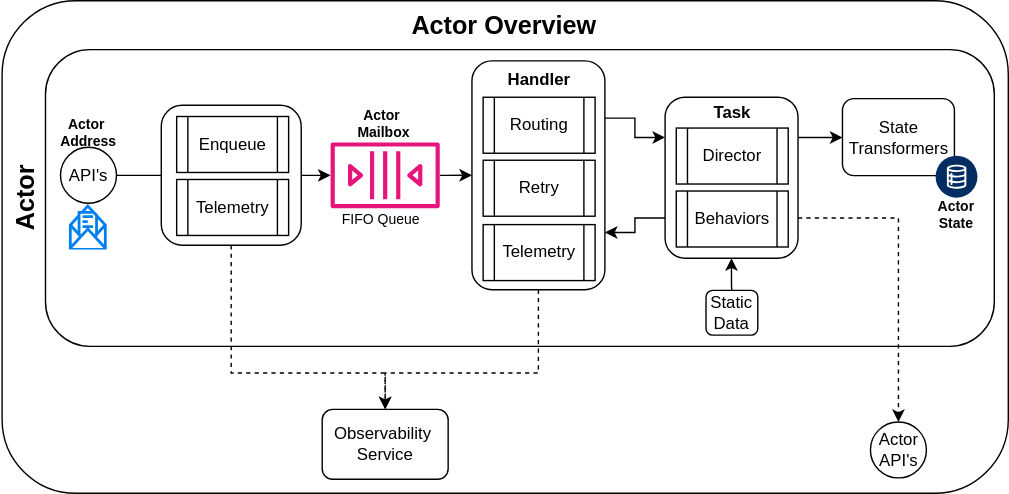
Earlier version of the draw.io export docs/ActorOverview.svg (sunlao/py_sudoku_solver). Source tidied: cells renumbered, new cells last; positions are measured from the earlier drawing's top-left corner, leaving out a move shared by most shapes.
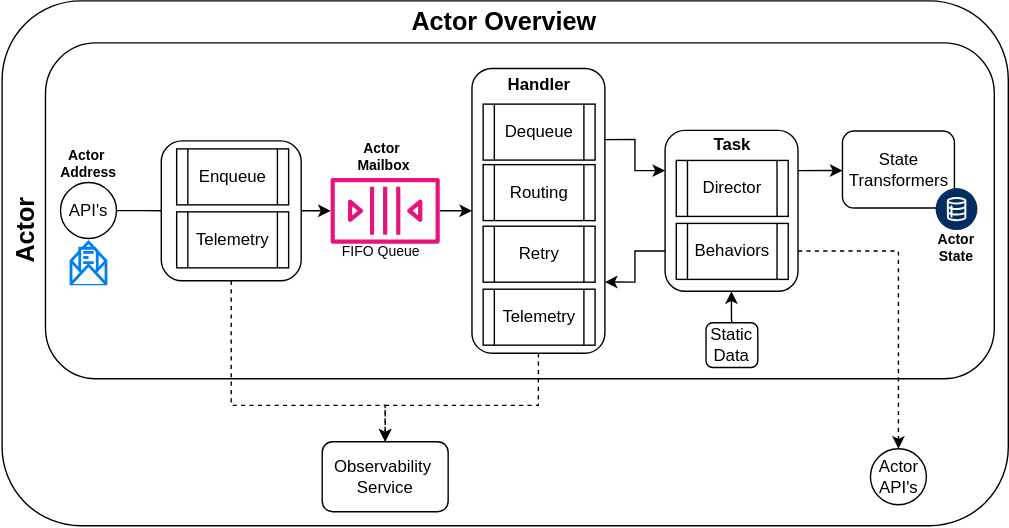
The same file after the commit.

The edit, as a diff of the source:
```diff
@@ -3,22 +3,22 @@
     <mxCell id="0" />
     <mxCell id="1" parent="0" />
     <mxCell id="2" style="rounded=1;whiteSpace=wrap;html=1;" parent="1" vertex="1">
-      <mxGeometry x="1" width="719" height="352" as="geometry" />
+      <mxGeometry x="1" y="-4" width="719" height="375" as="geometry" />
     </mxCell>
     <mxCell id="3" style="rounded=1;whiteSpace=wrap;html=1;" parent="1" vertex="1">
-      <mxGeometry x="32" y="35" width="678" height="212" as="geometry" />
+      <mxGeometry x="32" y="26" width="678" height="240" as="geometry" />
     </mxCell>
     <mxCell id="4" style="edgeStyle=orthogonalEdgeStyle;rounded=0;jettySize=auto;html=1;entryX=0;entryY=0.25;entryDx=0;entryDy=0;exitX=1;exitY=0.25;exitDx=0;exitDy=0;" parent="1" edge="1" source="5" target="24">
       <mxGeometry relative="1" as="geometry" />
     </mxCell>
     <mxCell id="5" value="v" style="rounded=1;whiteSpace=wrap;html=1;" parent="1" vertex="1">
-      <mxGeometry x="336.7" y="43" width="95" height="163.5" as="geometry" />
+      <mxGeometry x="336.7" y="44.2" width="95" height="203.5" as="geometry" />
     </mxCell>
     <mxCell id="6" style="edgeStyle=orthogonalEdgeStyle;rounded=0;jettySize=auto;html=1;entryX=0.5;entryY=0;entryDx=0;entryDy=0;dashed=1;" parent="1" edge="1" source="8" target="30">
       <mxGeometry relative="1" as="geometry">
         <Array as="points">
-          <mxPoint x="165" y="266" />
-          <mxPoint x="275" y="266" />
+          <mxPoint x="165" y="285" />
+          <mxPoint x="275" y="285" />
         </Array>
       </mxGeometry>
     </mxCell>
@@ -26,45 +26,45 @@
       <mxGeometry relative="1" as="geometry" />
     </mxCell>
     <mxCell id="8" style="rounded=1;whiteSpace=wrap;html=1;" parent="1" vertex="1">
-      <mxGeometry x="114.7" y="74.8" width="100" height="100" as="geometry" />
+      <mxGeometry x="114.7" y="96" width="100" height="100" as="geometry" />
     </mxCell>
     <mxCell id="9" style="edgeStyle=orthogonalEdgeStyle;rounded=0;jettySize=auto;html=1;endArrow=none;endFill=0;" parent="1" edge="1" source="10" target="8">
       <mxGeometry relative="1" as="geometry" />
     </mxCell>
     <mxCell id="10" value="API's" style="ellipse;whiteSpace=wrap;html=1;" parent="1" vertex="1">
-      <mxGeometry x="42.7" y="104.8" width="40" height="40" as="geometry" />
+      <mxGeometry x="42.7" y="125.8" width="40" height="40" as="geometry" />
     </mxCell>
     <mxCell id="11" style="edgeStyle=orthogonalEdgeStyle;rounded=0;jettySize=auto;html=1;entryX=0;entryY=0.5;entryDx=0;entryDy=0;" parent="1" edge="1" source="12" target="5">
       <mxGeometry relative="1" as="geometry" />
     </mxCell>
     <mxCell id="12" style="sketch=0;outlineConnect=0;fontColor=#232F3E;gradientColor=none;fillColor=#E7157B;strokeColor=none;dashed=0;verticalLabelPosition=bottom;verticalAlign=top;align=center;html=1;fontSize=12;fontStyle=0;shape=mxgraph.aws4.queue;" parent="1" vertex="1">
-      <mxGeometry x="235.7" y="101.2" width="78" height="47" as="geometry" />
+      <mxGeometry x="235.7" y="122.5" width="78" height="47" as="geometry" />
     </mxCell>
     <mxCell id="13" value="Enqueue" style="shape=process;whiteSpace=wrap;html=1;backgroundOutline=1;" parent="1" vertex="1">
-      <mxGeometry x="125.7" y="82.8" width="80" height="40" as="geometry" />
+      <mxGeometry x="125.7" y="101.8" width="80" height="40" as="geometry" />
     </mxCell>
     <mxCell id="14" value="Telemetry" style="shape=process;whiteSpace=wrap;html=1;backgroundOutline=1;" parent="1" vertex="1">
-      <mxGeometry x="125.7" y="127.8" width="80" height="40" as="geometry" />
+      <mxGeometry x="125.7" y="146.8" width="80" height="40" as="geometry" />
     </mxCell>
     <mxCell id="15" value="Routing" style="shape=process;whiteSpace=wrap;html=1;backgroundOutline=1;" parent="1" vertex="1">
-      <mxGeometry x="344.7" y="69" width="80" height="40" as="geometry" />
+      <mxGeometry x="344.7" y="113" width="80" height="40" as="geometry" />
     </mxCell>
     <mxCell id="16" value="Handler" style="text;html=1;whiteSpace=wrap;strokeColor=none;fillColor=none;align=center;verticalAlign=middle;rounded=0;fontStyle=1;" parent="1" vertex="1">
-      <mxGeometry x="334.7" y="43" width="100" height="27" as="geometry" />
+      <mxGeometry x="334.7" y="42" width="100" height="27" as="geometry" />
     </mxCell>
     <mxCell id="17" value="Retry" style="shape=process;whiteSpace=wrap;html=1;backgroundOutline=1;" parent="1" vertex="1">
-      <mxGeometry x="344.7" y="114" width="80" height="40" as="geometry" />
+      <mxGeometry x="344.7" y="157" width="80" height="40" as="geometry" />
     </mxCell>
     <mxCell id="18" style="edgeStyle=orthogonalEdgeStyle;rounded=0;jettySize=auto;html=1;entryX=0.5;entryY=0;entryDx=0;entryDy=0;exitX=0.5;exitY=1;exitDx=0;exitDy=0;dashed=1;" parent="1" edge="1" source="5" target="30">
       <mxGeometry relative="1" as="geometry">
         <Array as="points">
-          <mxPoint x="384" y="266" />
-          <mxPoint x="275" y="266" />
+          <mxPoint x="384" y="285" />
+          <mxPoint x="275" y="285" />
         </Array>
       </mxGeometry>
     </mxCell>
     <mxCell id="19" value="Telemetry" style="shape=process;whiteSpace=wrap;html=1;backgroundOutline=1;" parent="1" vertex="1">
-      <mxGeometry x="344.7" y="160" width="80" height="40" as="geometry" />
+      <mxGeometry x="344.7" y="202" width="80" height="40" as="geometry" />
     </mxCell>
     <mxCell id="20" style="edgeStyle=orthogonalEdgeStyle;rounded=0;jettySize=auto;html=1;exitX=1;exitY=0.75;exitDx=0;exitDy=0;dashed=1;" parent="1" edge="1" source="24" target="28">
       <mxGeometry relative="1" as="geometry" />
@@ -79,52 +79,55 @@
       <mxGeometry relative="1" as="geometry" />
     </mxCell>
     <mxCell id="24" value="v" style="rounded=1;whiteSpace=wrap;html=1;" parent="1" vertex="1">
-      <mxGeometry x="474.7" y="69" width="95" height="115" as="geometry" />
+      <mxGeometry x="474.7" y="88.5" width="95" height="115" as="geometry" />
     </mxCell>
     <mxCell id="25" value="Director" style="shape=process;whiteSpace=wrap;html=1;backgroundOutline=1;" parent="1" vertex="1">
-      <mxGeometry x="482.7" y="91" width="80" height="40" as="geometry" />
+      <mxGeometry x="482.7" y="110" width="80" height="40" as="geometry" />
     </mxCell>
     <mxCell id="26" value="Task" style="text;html=1;whiteSpace=wrap;strokeColor=none;fillColor=none;align=center;verticalAlign=middle;rounded=0;fontStyle=1;" parent="1" vertex="1">
-      <mxGeometry x="472.7" y="70" width="100" height="20" as="geometry" />
+      <mxGeometry x="472.7" y="89" width="100" height="20" as="geometry" />
     </mxCell>
     <mxCell id="27" value="Behaviors" style="shape=process;whiteSpace=wrap;html=1;backgroundOutline=1;" parent="1" vertex="1">
-      <mxGeometry x="482.7" y="136" width="80" height="40" as="geometry" />
+      <mxGeometry x="482.7" y="155" width="80" height="40" as="geometry" />
     </mxCell>
     <mxCell id="28" value="&lt;div&gt;Actor API's&lt;/div&gt;" style="ellipse;whiteSpace=wrap;html=1;" parent="1" vertex="1">
-      <mxGeometry x="621.5" y="301" width="40" height="40" as="geometry" />
+      <mxGeometry x="621.5" y="316" width="40" height="40" as="geometry" />
     </mxCell>
     <mxCell id="29" value="Actor Overview" style="text;html=1;whiteSpace=wrap;strokeColor=none;fillColor=none;align=center;verticalAlign=middle;rounded=0;fontStyle=1;fontSize=18;" parent="1" vertex="1">
-      <mxGeometry y="4" width="720" height="27" as="geometry" />
+      <mxGeometry y="-3" width="720" height="27" as="geometry" />
     </mxCell>
     <mxCell id="30" value="Observability&amp;nbsp;&lt;div&gt;Service&lt;/div&gt;" style="rounded=1;whiteSpace=wrap;html=1;" parent="1" vertex="1">
-      <mxGeometry x="229.7" y="292" width="90" height="50" as="geometry" />
+      <mxGeometry x="229.7" y="311" width="90" height="50" as="geometry" />
     </mxCell>
     <mxCell id="31" value="Actor&amp;nbsp;&lt;div&gt;Mailbox&lt;/div&gt;" style="text;html=1;whiteSpace=wrap;strokeColor=none;fillColor=none;align=center;verticalAlign=middle;rounded=0;fontStyle=1;fontSize=10;" parent="1" vertex="1">
-      <mxGeometry x="232" y="64.8" width="84.3" height="47.2" as="geometry" />
+      <mxGeometry x="232" y="83.8" width="84.3" height="47.2" as="geometry" />
     </mxCell>
     <mxCell id="32" value="Actor" style="text;html=1;whiteSpace=wrap;strokeColor=none;fillColor=none;align=center;verticalAlign=top;rounded=0;fontStyle=1;fontSize=18;horizontal=0;" parent="1" vertex="1">
-      <mxGeometry x="1" y="36" width="30" height="210" as="geometry" />
+      <mxGeometry x="1" y="55" width="30" height="210" as="geometry" />
     </mxCell>
     <mxCell id="33" style="html=1;verticalLabelPosition=bottom;align=center;labelBackgroundColor=#ffffff;verticalAlign=top;strokeWidth=2;strokeColor=#0080F0;shadow=0;dashed=0;shape=mxgraph.ios7.icons.envelope_(message);" parent="1" vertex="1">
-      <mxGeometry x="50.2" y="147.2" width="25" height="30" as="geometry" />
+      <mxGeometry x="50.2" y="168.2" width="25" height="30" as="geometry" />
     </mxCell>
     <mxCell id="34" value="&lt;div&gt;&lt;font style=&quot;&quot;&gt;&lt;span style=&quot;background-color: transparent; color: light-dark(rgb(0, 0, 0), rgb(255, 255, 255));&quot;&gt;FIFO &lt;/span&gt;Queue&lt;/font&gt;&lt;br&gt;&lt;/div&gt;" style="text;html=1;whiteSpace=wrap;strokeColor=none;fillColor=none;align=center;verticalAlign=middle;rounded=0;fontStyle=0;fontSize=10;" parent="1" vertex="1">
-      <mxGeometry x="232" y="132.8" width="80" height="47.2" as="geometry" />
+      <mxGeometry x="232" y="151.8" width="80" height="47.2" as="geometry" />
     </mxCell>
     <mxCell id="35" value="State Transformers" style="rounded=1;whiteSpace=wrap;html=1;" parent="1" vertex="1">
-      <mxGeometry x="601.5" y="70" width="80" height="55" as="geometry" />
+      <mxGeometry x="601.5" y="89" width="80" height="55" as="geometry" />
     </mxCell>
     <mxCell id="36" value="Actor&lt;div&gt;State&lt;/div&gt;" style="text;html=1;whiteSpace=wrap;strokeColor=none;fillColor=none;align=center;verticalAlign=middle;rounded=0;fontStyle=1;fontSize=10;" parent="1" vertex="1">
-      <mxGeometry x="653" y="139.8" width="60" height="27" as="geometry" />
+      <mxGeometry x="653" y="158.8" width="60" height="27" as="geometry" />
     </mxCell>
     <mxCell id="37" style="verticalLabelPosition=bottom;html=1;shape=mxgraph.salesforce.data2;fillColorStyles=fillColor2,fillColor3;fillColor2=#032d60;fillColor3=#ffffff;fillColor=none;strokeColor=none;" parent="1" vertex="1">
-      <mxGeometry x="668" y="110.8" width="30" height="30" as="geometry" />
+      <mxGeometry x="668" y="129.8" width="30" height="30" as="geometry" />
     </mxCell>
     <mxCell id="38" value="Actor&amp;nbsp;&lt;div&gt;Address&lt;/div&gt;" style="text;html=1;whiteSpace=wrap;strokeColor=none;fillColor=none;align=center;verticalAlign=middle;rounded=0;fontStyle=1;fontSize=10;" parent="1" vertex="1">
-      <mxGeometry x="20.6" y="70" width="84.3" height="47.2" as="geometry" />
+      <mxGeometry x="20.6" y="88" width="84.3" height="47.2" as="geometry" />
     </mxCell>
     <mxCell id="39" value="&lt;div&gt;Static Data&lt;/div&gt;" style="rounded=1;whiteSpace=wrap;html=1;" parent="1" vertex="1">
-      <mxGeometry x="504" y="207" width="37" height="32" as="geometry" />
+      <mxGeometry x="504" y="226" width="37" height="32" as="geometry" />
     </mxCell>
+    <mxCell id="40" value="Dequeue" style="shape=process;whiteSpace=wrap;html=1;backgroundOutline=1;" parent="1" vertex="1">
+      <mxGeometry x="344.7" y="69.8" width="80" height="40" as="geometry" />
+    </mxCell>
   </root>
 </mxGraphModel>
```
